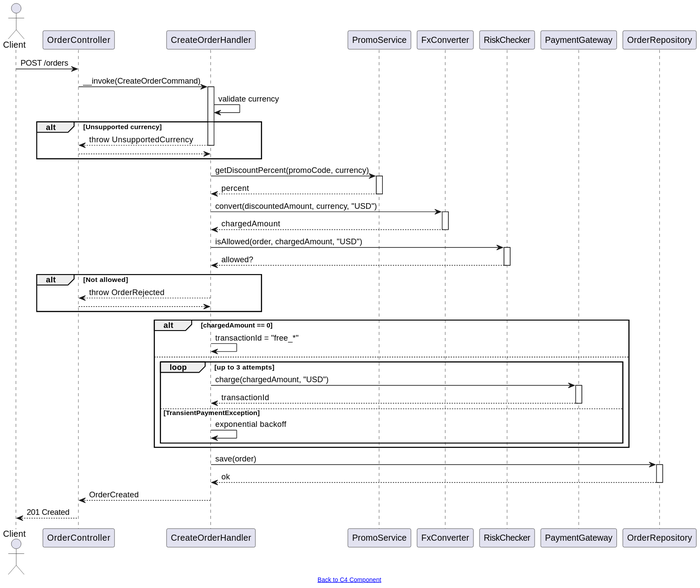
Earlier version of the PlantUML export docs/sequence-create-order.svg (mundiir/meetup-2025-orders-service). Source of this version:
```plantuml
@startuml

actor Client
participant "OrderController" as Controller
participant "CreateOrderHandler" as Handler
participant PromoService as Promo
participant FxConverter as Fx
participant RiskChecker as Risk
participant PaymentGateway as Payment
participant OrderRepository as Repo

Client -> Controller: POST /orders
Controller -> Handler: __invoke(CreateOrderCommand)
activate Handler

Handler -> Handler: validate currency
alt Unsupported currency
  Handler --> Controller: throw UnsupportedCurrency
  deactivate Handler
  return
end

Handler -> Promo: getDiscountPercent(promoCode, currency)
activate Promo
Promo --> Handler: percent
deactivate Promo

Handler -> Fx: convert(discountedAmount, currency, "USD")
activate Fx
Fx --> Handler: chargedAmount
deactivate Fx

Handler -> Risk: isAllowed(order, chargedAmount, "USD")
activate Risk
Risk --> Handler: allowed?
deactivate Risk

alt Not allowed
  Handler --> Controller: throw OrderRejected
  deactivate Handler
  return
end

alt chargedAmount == 0
  Handler -> Handler: transactionId = "free_*"
else
  loop up to 3 attempts
    Handler -> Payment: charge(chargedAmount, "USD")
    activate Payment
    Payment --> Handler: transactionId
    deactivate Payment
  else TransientPaymentException
    Handler -> Handler: exponential backoff
  end
end

Handler -> Repo: save(order)
activate Repo
Repo --> Handler: ok
deactivate Repo

Handler --> Controller: OrderCreated
deactivate Handler
Controller --> Client: 201 Created

footer [[https://mundiir.github.io/meetup-2025-orders-service/c4-component.svg Back to C4 Component]]
@enduml
```
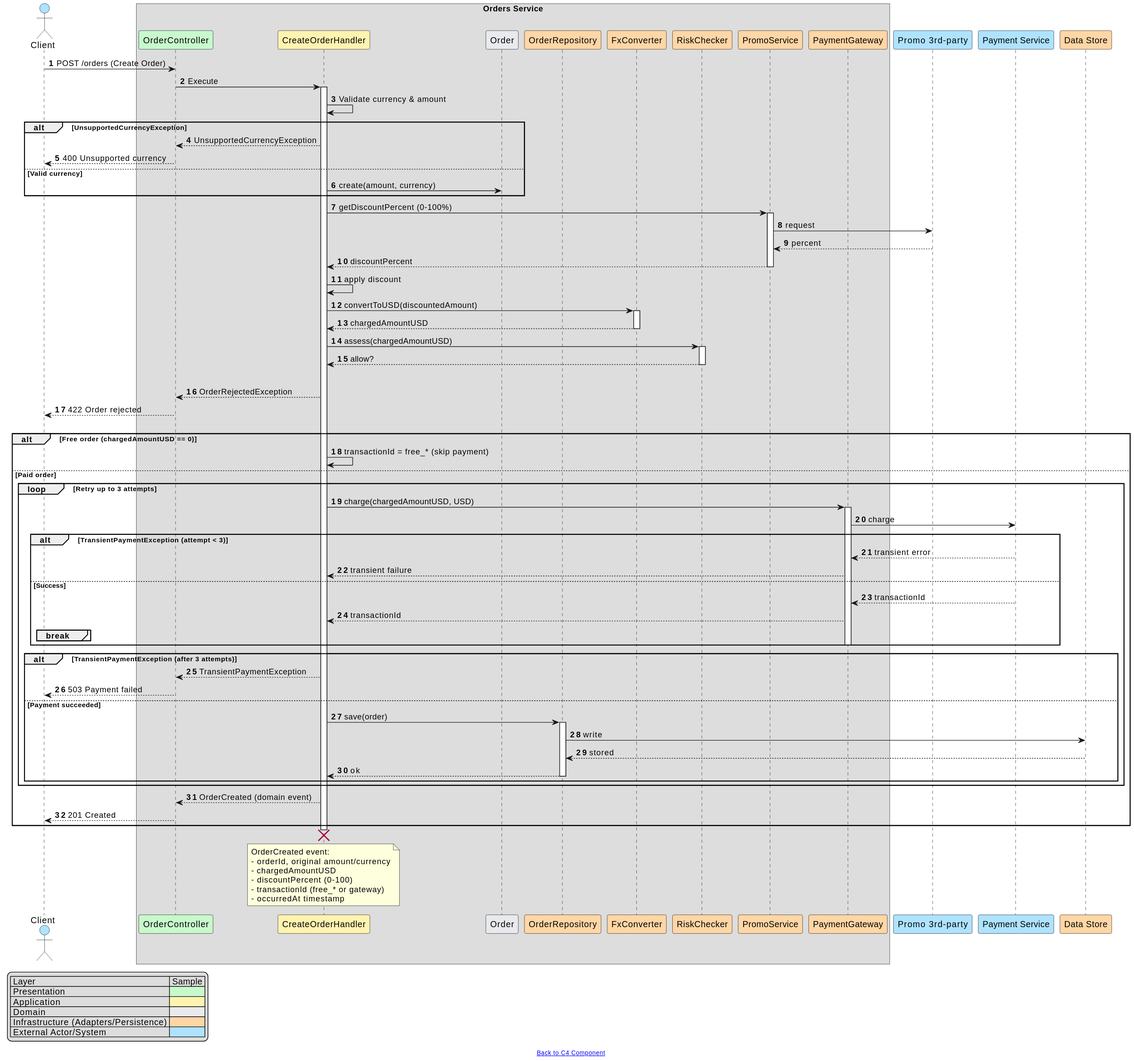
Later version of the same file.

Commit message:
Add get order use case (#6)

Change to the diagram source:
```diff
@@ -1,67 +1,109 @@
 @startuml
+autonumber
 
-actor Client
-participant "OrderController" as Controller
-participant "CreateOrderHandler" as Handler
-participant PromoService as Promo
-participant FxConverter as Fx
-participant RiskChecker as Risk
-participant PaymentGateway as Payment
-participant OrderRepository as Repo
+actor Client #AEE3FF
 
-Client -> Controller: POST /orders
-Controller -> Handler: __invoke(CreateOrderCommand)
-activate Handler
+box "Orders Service" #DDDDDD
+  participant OrderController #C7F9CC
+  participant CreateOrderHandler #FFF3B0
+  participant Order #E8EAED
+  participant OrderRepository #FFD6A5
+  participant FxConverter #FFD6A5
+  participant RiskChecker #FFD6A5
+  participant PromoService #FFD6A5
+  participant PaymentGateway #FFD6A5
+end box
 
-Handler -> Handler: validate currency
-alt Unsupported currency
-  Handler --> Controller: throw UnsupportedCurrency
-  deactivate Handler
-  return
+participant "Promo 3rd‑party" as PromoAPI #AEE3FF
+participant "Payment Service" as PaymentAPI #AEE3FF
+participant "Data Store" as DataStore #FFD6A5
+
+Client -> OrderController: POST /orders (Create Order)
+OrderController -> CreateOrderHandler: Execute
+activate CreateOrderHandler
+
+CreateOrderHandler -> CreateOrderHandler: Validate currency & amount
+alt UnsupportedCurrencyException
+  CreateOrderHandler --> OrderController: UnsupportedCurrencyException
+  OrderController --> Client: 400 Unsupported currency
+else Valid currency
+  CreateOrderHandler -> Order: create(amount, currency)
 end
 
-Handler -> Promo: getDiscountPercent(promoCode, currency)
-activate Promo
-Promo --> Handler: percent
-deactivate Promo
+CreateOrderHandler -> PromoService: getDiscountPercent (0-100%)
+activate PromoService
+PromoService -> PromoAPI: request
+PromoAPI --> PromoService: percent
+PromoService --> CreateOrderHandler: discountPercent
+deactivate PromoService
+CreateOrderHandler -> CreateOrderHandler: apply discount
 
-Handler -> Fx: convert(discountedAmount, currency, "USD")
-activate Fx
-Fx --> Handler: chargedAmount
-deactivate Fx
+CreateOrderHandler -> FxConverter: convertToUSD(discountedAmount)
+activate FxConverter
+FxConverter --> CreateOrderHandler: chargedAmountUSD
+deactivate FxConverter
 
-Handler -> Risk: isAllowed(order, chargedAmount, "USD")
-activate Risk
-Risk --> Handler: allowed?
-deactivate Risk
+CreateOrderHandler -> RiskChecker: assess(chargedAmountUSD)
+activate RiskChecker
+RiskChecker --> CreateOrderHandler: allow?
+deactivate RiskChecker
 
-alt Not allowed
-  Handler --> Controller: throw OrderRejected
-  deactivate Handler
-  return
+alt OrderRejectedException
+  CreateOrderHandler --> OrderController: OrderRejectedException
+  OrderController --> Client: 422 Order rejected
+else Accepted
+  alt Free order (chargedAmountUSD == 0)
+    CreateOrderHandler -> CreateOrderHandler: transactionId = free_* (skip payment)
+  else Paid order
+    loop Retry up to 3 attempts
+      CreateOrderHandler -> PaymentGateway: charge(chargedAmountUSD, USD)
+      activate PaymentGateway
+      PaymentGateway -> PaymentAPI: charge
+      alt TransientPaymentException (attempt < 3)
+        PaymentAPI --> PaymentGateway: transient error
+        PaymentGateway --> CreateOrderHandler: transient failure
+      else Success
+        PaymentAPI --> PaymentGateway: transactionId
+        PaymentGateway --> CreateOrderHandler: transactionId
+        break
+      end
+      deactivate PaymentGateway
+    end
+    alt TransientPaymentException (after 3 attempts)
+      CreateOrderHandler --> OrderController: TransientPaymentException
+      OrderController --> Client: 503 Payment failed
+    else Payment succeeded
+      CreateOrderHandler -> OrderRepository: save(order)
+      activate OrderRepository
+      OrderRepository -> DataStore: write
+      DataStore --> OrderRepository: stored
+      OrderRepository --> CreateOrderHandler: ok
+      deactivate OrderRepository
+    end
+  end
+  CreateOrderHandler --> OrderController: OrderCreated (domain event)
+  OrderController --> Client: 201 Created
 end
 
-alt chargedAmount == 0
-  Handler -> Handler: transactionId = "free_*"
-else
-  loop up to 3 attempts
-    Handler -> Payment: charge(chargedAmount, "USD")
-    activate Payment
-    Payment --> Handler: transactionId
-    deactivate Payment
-  else TransientPaymentException
-    Handler -> Handler: exponential backoff
-  end
-end
+destroy CreateOrderHandler
 
-Handler -> Repo: save(order)
-activate Repo
-Repo --> Handler: ok
-deactivate Repo
+note over CreateOrderHandler
+OrderCreated event:
+- orderId, original amount/currency
+- chargedAmountUSD
+- discountPercent (0-100)
+- transactionId (free_* or gateway)
+- occurredAt timestamp
+end note
 
-Handler --> Controller: OrderCreated
-deactivate Handler
-Controller --> Client: 201 Created
+legend left
+  | Layer | Sample |
+  | Presentation | <#C7F9CC> |
+  | Application | <#FFF3B0> |
+  | Domain | <#E8EAED> |
+  | Infrastructure (Adapters/Persistence) | <#FFD6A5> |
+  | External Actor/System | <#AEE3FF> |
+endlegend
 
 footer [[https://mundiir.github.io/meetup-2025-orders-service/c4-component.svg Back to C4 Component]]
 @enduml
```
